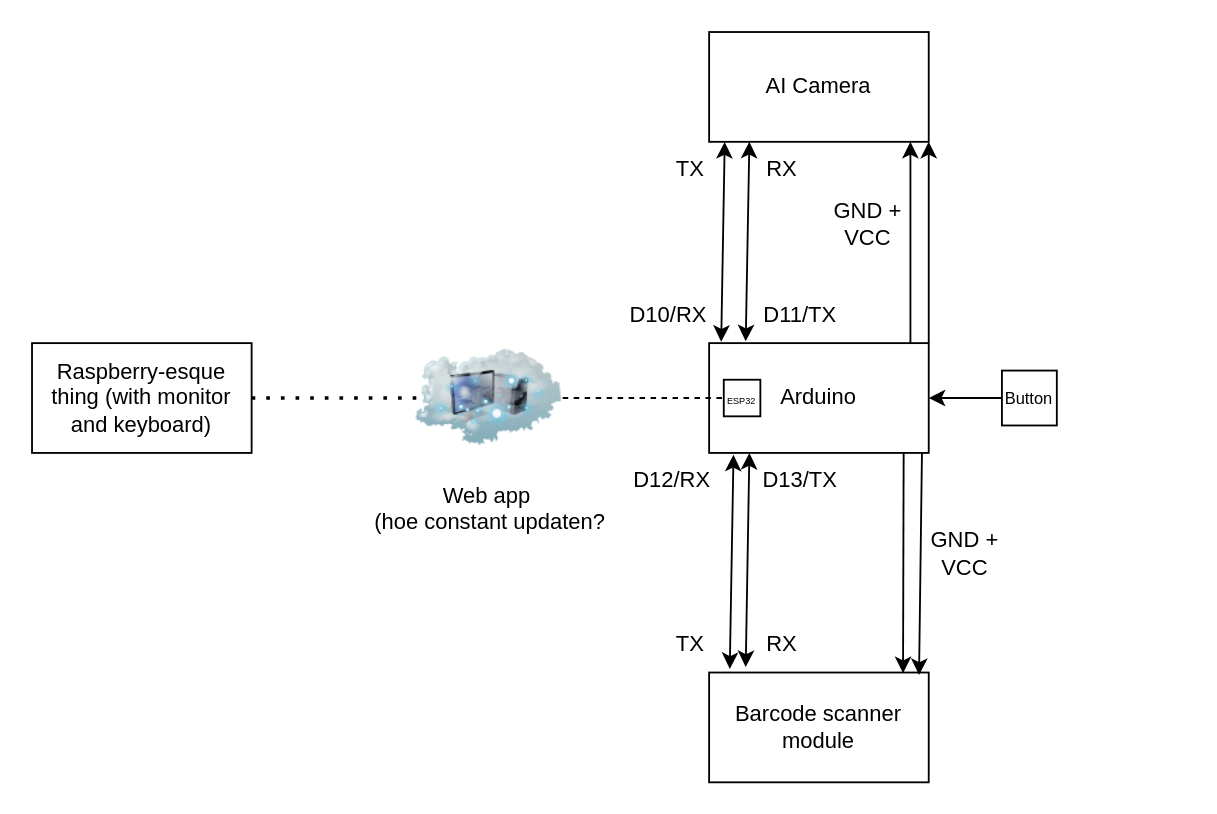
This is Arduino Project.drawio from space-vis/draw.io, a draw.io file, before an edit. Source tidied: cells renumbered, new cells numbered last; positions are measured from the earlier drawing's top-left corner, leaving out a move shared by most shapes. Both pictures are drawn from the tidied source at 183%, with x=0, y=0 at pixel (31, 31).
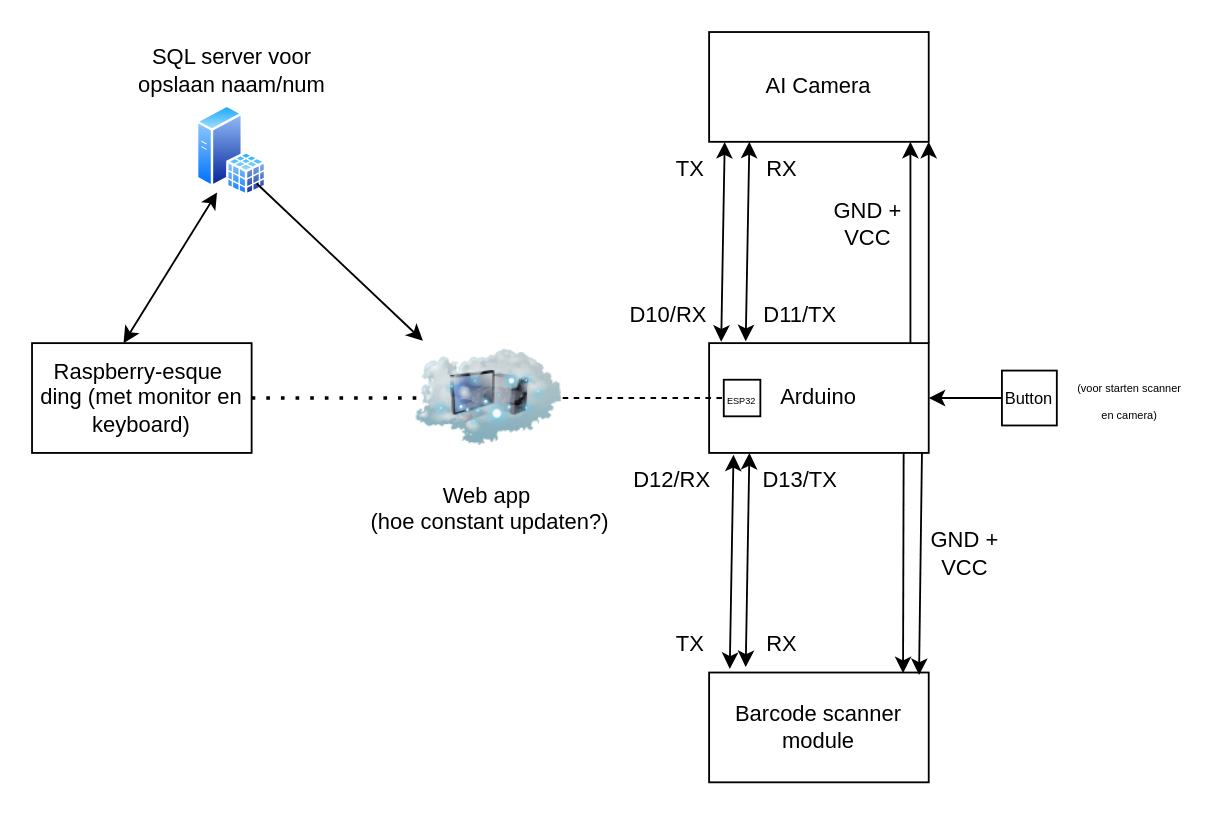
Above is the later version.

Change to the diagram source:
```diff
@@
-    <mxCell id="25" value="&lt;div&gt;Web app&amp;nbsp;&lt;/div&gt;&lt;div&gt;(hoe constant updaten?&lt;/div&gt;" style="image;html=1;image=img/lib/clip_art/networking/Cloud_Computer_128x128.png;" parent="1" vertex="1">
+    <mxCell id="25" value="&lt;div&gt;Web app&amp;nbsp;&lt;/div&gt;&lt;div&gt;(hoe constant updaten?)&lt;/div&gt;" style="image;html=1;image=img/lib/clip_art/networking/Cloud_Computer_128x128.png;" parent="1" vertex="1">
       <mxGeometry x="210" y="160" width="80" height="80" as="geometry" />
     </mxCell>
@@
-    <mxCell id="27" value="Raspberry-esque thing (with monitor and keyboard)" style="rounded=0;whiteSpace=wrap;html=1;" parent="1" vertex="1">
+    <mxCell id="27" value="Raspberry-esque&amp;nbsp; ding (met monitor en keyboard)" style="rounded=0;whiteSpace=wrap;html=1;" parent="1" vertex="1">
       <mxGeometry y="170" width="120" height="60" as="geometry" />
     </mxCell>
@@
+    <mxCell id="30" value="&lt;font style=&quot;font-size: 6px;&quot;&gt;(voor starten scanner en camera)&lt;/font&gt;" style="text;html=1;whiteSpace=wrap;strokeColor=none;fillColor=none;align=center;verticalAlign=middle;rounded=0;" parent="1" vertex="1">
+      <mxGeometry x="570" y="185" width="60" height="30" as="geometry" />
+    </mxCell>
+    <mxCell id="31" style="image;perimeter=ellipsePerimeter;html=1;align=center;shadow=0;dashed=0;spacingTop=3;image=img/lib/active_directory/sql_server.svg;" parent="1" vertex="1">
+      <mxGeometry x="90" y="40" width="38.5" height="50" as="geometry" />
+    </mxCell>
+    <mxCell id="32" style="endArrow=classic;startArrow=classic;html=1;rounded=0;entryX=0.25;entryY=1;entryDx=0;entryDy=0;" parent="1" edge="1" target="31">
+      <mxGeometry relative="1" as="geometry">
+        <mxPoint x="50" y="170" as="sourcePoint" />
+      </mxGeometry>
+    </mxCell>
+    <mxCell id="33" style="endArrow=classic;html=1;rounded=0;exitX=1;exitY=1;exitDx=0;exitDy=0;entryX=0.045;entryY=0.109;entryDx=0;entryDy=0;entryPerimeter=0;" parent="1" edge="1" source="31" target="25">
+      <mxGeometry relative="1" as="geometry" />
+    </mxCell>
+    <mxCell id="34" value="SQL server voor opslaan naam/num" style="text;html=1;whiteSpace=wrap;strokeColor=none;fillColor=none;align=center;verticalAlign=middle;rounded=0;" parent="1" vertex="1">
+      <mxGeometry x="53.9" y="6" width="110.8" height="30" as="geometry" />
+    </mxCell>
```
